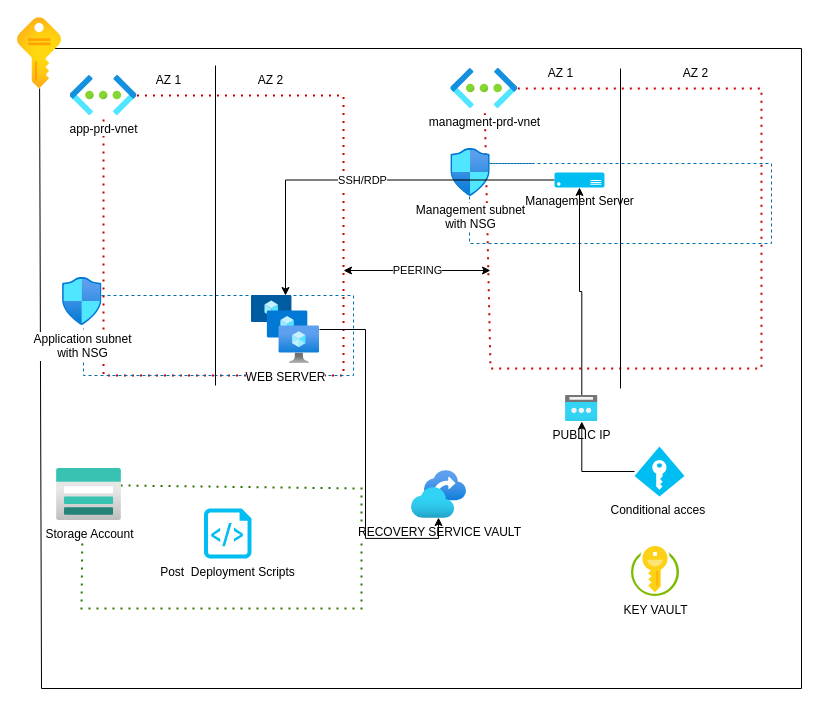
Above: PRO-01Cloud/Deliverables/Ontwerp/Schets.drawio in techgrounds/techgrounds-MAMakhlouf (draw.io), before the change. Source tidied: cells renumbered, new cells numbered last; positions are measured from the earlier drawing's top-left corner, leaving out a move shared by most shapes. Both pictures are drawn from the tidied source at 100%, with x=0, y=0 at pixel (17, 17).
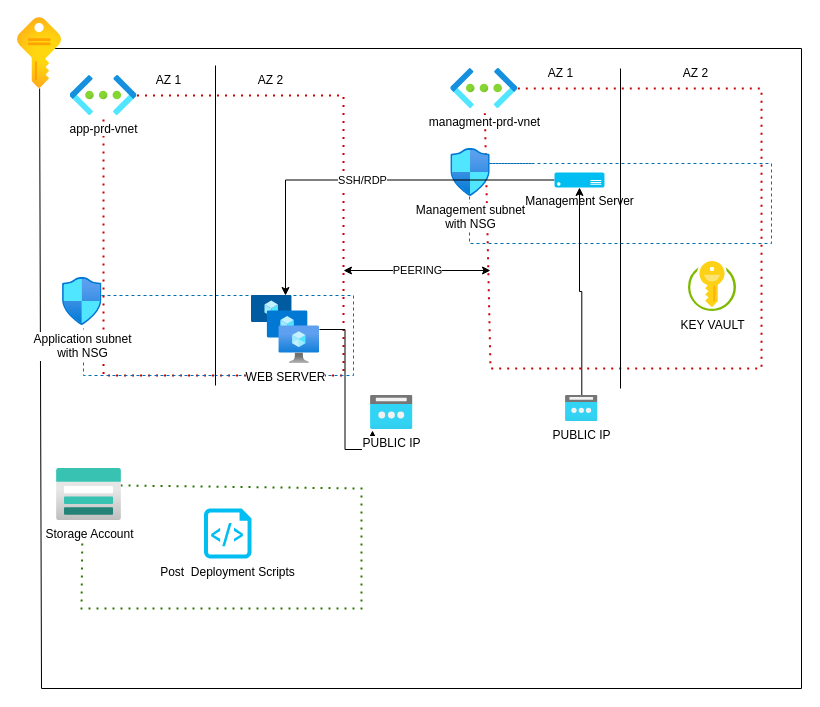
Above is the later version.

Unchanged cells that the change refers to:
```xml
<mxCell id="30" value="WEB SERVER" style="image;html=1;points=[];align=center;fontSize=12;image=img/lib/azure2/compute/VM_Scale_Sets.svg;" parent="1" vertex="1">
  <mxGeometry x="234" y="278" width="68" height="68" as="geometry" />
</mxCell>
<mxCell id="32" value="PUBLIC IP" style="image;html=1;points=[];align=center;fontSize=12;image=img/lib/azure2/networking/Public_IP_Addresses.svg;" parent="1" vertex="1">
  <mxGeometry x="548" y="378" width="32.5" height="26" as="geometry" />
</mxCell>
```

What changed in the source:
```diff
@@
     <mxCell id="18" value="KEY VAULT" style="image;sketch=0;html=1;align=center;fontSize=12;image=img/lib/mscae/Key_Vaults.svg;" parent="1" vertex="1">
-      <mxGeometry x="614" y="529" width="48" height="50" as="geometry" />
+      <mxGeometry x="671" y="244" width="48" height="50" as="geometry" />
     </mxCell>
-    <mxCell id="19" value="RECOVERY SERVICE VAULT" style="image;html=1;points=[];align=center;fontSize=12;image=img/lib/azure2/management_governance/Recovery_Services_Vaults.svg;" parent="1" vertex="1">
-      <mxGeometry x="394" y="453.1" width="55" height="47.8" as="geometry" />
-    </mxCell>
@@
-    <mxCell id="27" style="edgeStyle=orthogonalEdgeStyle;rounded=0;jettySize=auto;html=1;entryX=0.491;entryY=0.983;entryDx=0;entryDy=0;entryPerimeter=0;" parent="1" edge="1" source="30" target="19">
-      <mxGeometry relative="1" as="geometry" />
-    </mxCell>
@@
+    <mxCell id="35" style="edgeStyle=orthogonalEdgeStyle;rounded=0;jettySize=auto;html=1;entryX=0.047;entryY=1.029;entryDx=0;entryDy=0;entryPerimeter=0;" parent="1" edge="1" source="30" target="36">
+      <mxGeometry relative="1" as="geometry" />
+    </mxCell>
@@
-    <mxCell id="33" style="edgeStyle=orthogonalEdgeStyle;rounded=0;jettySize=auto;html=1;" parent="1" edge="1" source="34" target="32">
-      <mxGeometry relative="1" as="geometry" />
-    </mxCell>
-    <mxCell id="34" value="Conditional acces&amp;nbsp;" style="verticalLabelPosition=bottom;html=1;verticalAlign=top;align=center;strokeColor=none;fillColor=#00BEF2;shape=mxgraph.azure.access_control;" parent="1" vertex="1">
-      <mxGeometry x="617" y="429" width="50" height="50" as="geometry" />
-    </mxCell>
+    <mxCell id="36" value="PUBLIC IP" style="image;html=1;points=[];align=center;fontSize=12;image=img/lib/azure2/networking/Public_IP_Addresses.svg;" parent="1" vertex="1">
+      <mxGeometry x="353" y="378" width="42.5" height="34" as="geometry" />
+    </mxCell>
```
